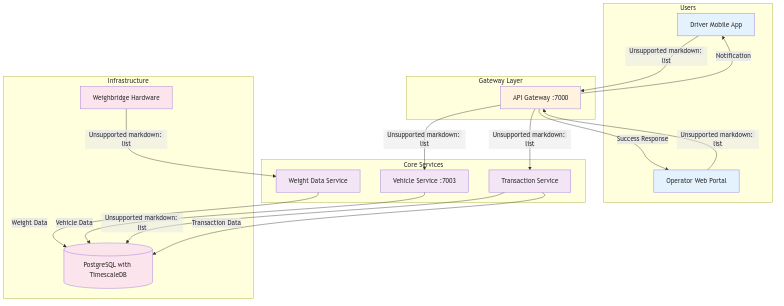
This is docs/c4/assets/complete-weighing-transaction-flow.png from Qalitrack/qalitrackservices, a Mermaid export, as it was before one commit. Its source is kept beside it as docs/c4/complete-weighing-transaction-flow.mmd.
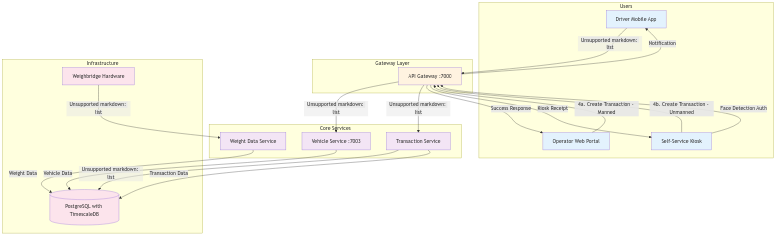
The same file after the commit.

Commit message:
docs(c4): add self-service kiosk for unmanned weighing operations

What changed in the source:
```diff
@@ -2,6 +2,7 @@
     subgraph "Users"
         Driver[Driver Mobile App]
         Operator[Operator Web Portal]
+        Kiosk[Self-Service Kiosk]
     end
 
     subgraph "Gateway Layer"
@@ -22,7 +23,12 @@
     Driver -->|1. Vehicle Registration| Gateway
     Gateway -->|2. Validate Vehicle| VehicleSvc
     Hardware -->|3. Capture Weight| WeightSvc
-    Operator -->|4. Create Transaction| Gateway
+
+    Operator -->|4a. Create Transaction - Manned| Gateway
+
+    Kiosk -->|4b. Create Transaction - Unmanned| Gateway
+    Kiosk -->|Face Detection Auth| Gateway
+
     Gateway -->|5. Process Transaction| TransactionSvc
     TransactionSvc -->|6. Store & Notify| PostgreSQL
 
@@ -31,6 +37,7 @@
     TransactionSvc -->|Transaction Data| PostgreSQL
 
     Gateway -->|Success Response| Operator
+    Gateway -->|Kiosk Receipt| Kiosk
     Gateway -->|Notification| Driver
 
     classDef client fill:#e3f2fd
@@ -38,7 +45,7 @@
     classDef services fill:#f3e5f5
     classDef infrastructure fill:#fce4ec
 
-    class Driver,Operator client
+    class Driver,Operator,Kiosk client
     class Gateway gateway
     class VehicleSvc,WeightSvc,TransactionSvc services
     class PostgreSQL,Hardware infrastructure
```
